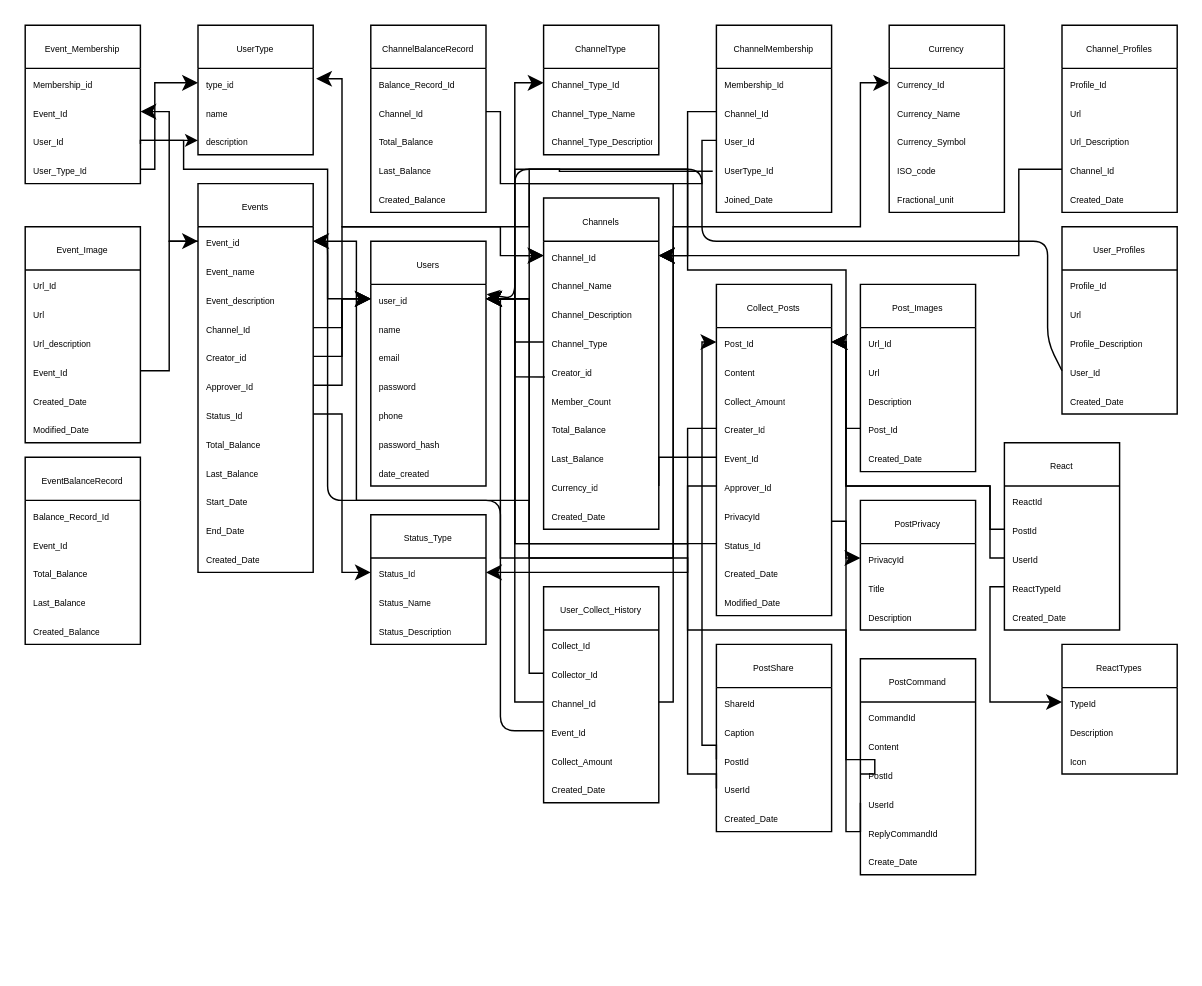
InnwaCommunity/KoiCoi keeps this draw.io diagram as page "Page-1" (1 of 2) of sql_graph.drawio. Above is the earlier version. Source tidied: cells renumbered, new cells numbered last; positions are measured from the earlier drawing's top-left corner, leaving out a move shared by most shapes. Both pictures are drawn from the tidied source at 144%, with x=0, y=0 at pixel (24, 24).
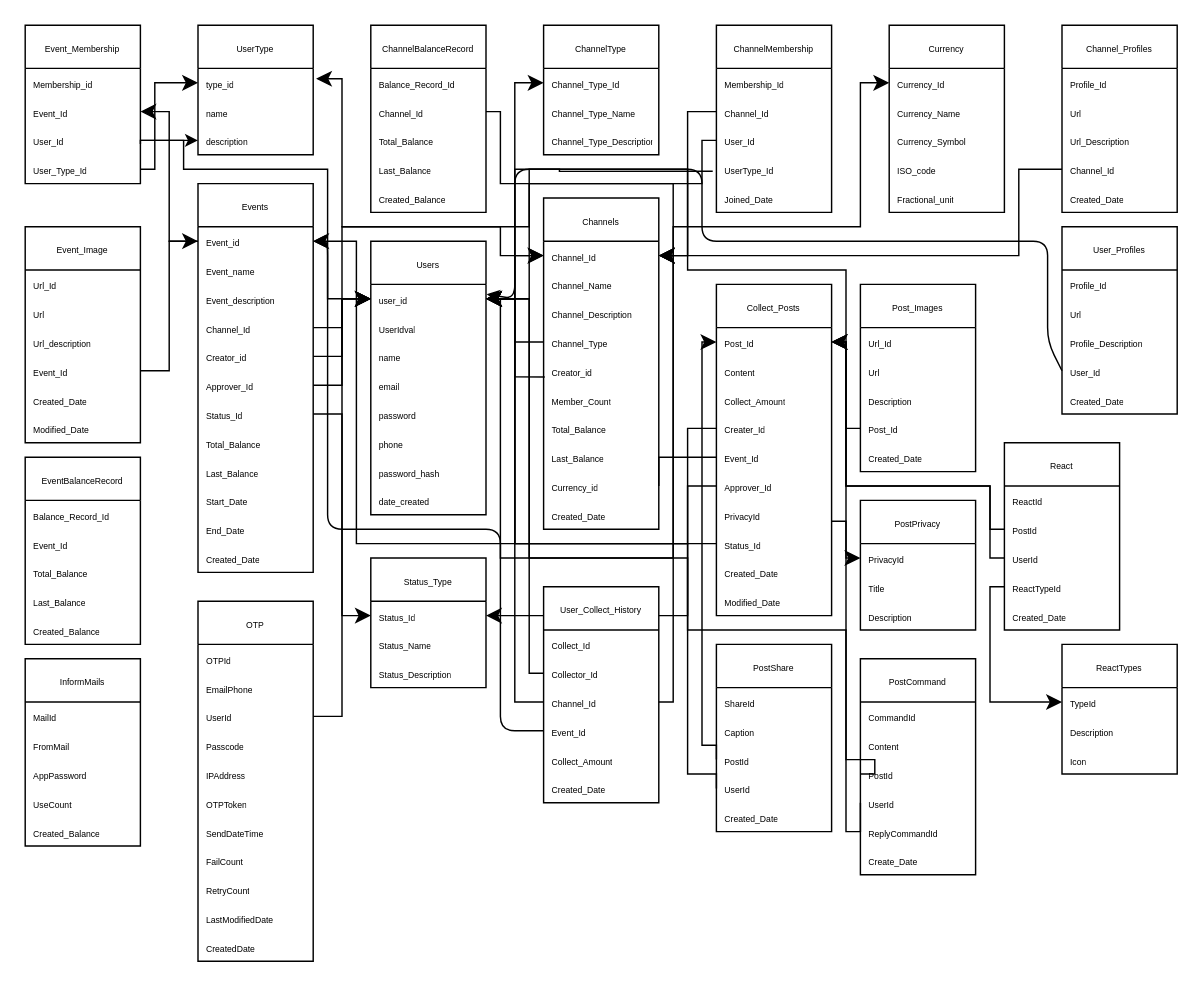
After the change.

The change refers to these unchanged cells:
```xml
<mxCell id="3" value="&lt;font style=&quot;font-size: 6px;&quot;&gt;user_id&lt;/font&gt;" style="text;strokeColor=none;fillColor=none;align=left;verticalAlign=middle;spacingLeft=4;spacingRight=4;overflow=hidden;points=[[0,0.5],[1,0.5]];portConstraint=eastwest;whiteSpace=wrap;html=1;" parent="2" vertex="1">
  <mxGeometry y="30" width="80" height="20" as="geometry" />
</mxCell>
<mxCell id="11" value="&lt;font style=&quot;font-size: 6px;&quot;&gt;Event_id&lt;/font&gt;" style="text;strokeColor=none;fillColor=none;align=left;verticalAlign=middle;spacingLeft=4;spacingRight=4;overflow=hidden;points=[[0,0.5],[1,0.5]];portConstraint=eastwest;whiteSpace=wrap;html=1;" parent="10" vertex="1">
  <mxGeometry y="30" width="80" height="20" as="geometry" />
</mxCell>
<mxCell id="131" value="&lt;span style=&quot;font-size: 6px;&quot;&gt;Event_Id&lt;/span&gt;" style="text;strokeColor=none;fillColor=none;align=left;verticalAlign=middle;spacingLeft=4;spacingRight=4;overflow=hidden;points=[[0,0.5],[1,0.5]];portConstraint=eastwest;whiteSpace=wrap;html=1;" parent="127" vertex="1">
  <mxGeometry y="90" width="80" height="20" as="geometry" />
</mxCell>
```

What changed in the source:
```diff
@@
     <mxCell id="2" value="&lt;font style=&quot;font-size: 6px;&quot;&gt;Users&lt;/font&gt;" style="swimlane;fontStyle=0;horizontal=1;startSize=30;whiteSpace=wrap;html=1;" parent="1" vertex="1">
-      <mxGeometry x="240" y="150" width="80" height="170" as="geometry" />
+      <mxGeometry x="240" y="150" width="80" height="190" as="geometry" />
     </mxCell>
@@
+    <mxCell id="180" value="&lt;font style=&quot;font-size: 6px;&quot;&gt;UserIdval&lt;/font&gt;" style="text;strokeColor=none;fillColor=none;align=left;verticalAlign=middle;spacingLeft=4;spacingRight=4;overflow=hidden;whiteSpace=wrap;html=1;" parent="2" vertex="1">
+      <mxGeometry y="50" width="80" height="20" as="geometry" />
+    </mxCell>
     <mxCell id="4" value="&lt;font style=&quot;font-size: 6px;&quot;&gt;name&lt;/font&gt;" style="text;strokeColor=none;fillColor=none;align=left;verticalAlign=middle;spacingLeft=4;spacingRight=4;overflow=hidden;whiteSpace=wrap;html=1;" parent="2" vertex="1">
-      <mxGeometry y="50" width="80" height="20" as="geometry" />
+      <mxGeometry y="70" width="80" height="20" as="geometry" />
     </mxCell>
     <mxCell id="5" value="&lt;font style=&quot;font-size: 6px;&quot;&gt;email&lt;/font&gt;" style="text;strokeColor=none;fillColor=none;align=left;verticalAlign=middle;spacingLeft=4;spacingRight=4;overflow=hidden;whiteSpace=wrap;html=1;" parent="2" vertex="1">
-      <mxGeometry y="70" width="80" height="20" as="geometry" />
+      <mxGeometry y="90" width="80" height="20" as="geometry" />
     </mxCell>
     <mxCell id="6" value="&lt;font style=&quot;font-size: 6px;&quot;&gt;password&lt;/font&gt;" style="text;strokeColor=none;fillColor=none;align=left;verticalAlign=middle;spacingLeft=4;spacingRight=4;overflow=hidden;whiteSpace=wrap;html=1;" parent="2" vertex="1">
-      <mxGeometry y="90" width="80" height="20" as="geometry" />
+      <mxGeometry y="110" width="80" height="20" as="geometry" />
     </mxCell>
     <mxCell id="7" value="&lt;font style=&quot;font-size: 6px;&quot;&gt;phone&lt;/font&gt;" style="text;strokeColor=none;fillColor=none;align=left;verticalAlign=middle;spacingLeft=4;spacingRight=4;overflow=hidden;whiteSpace=wrap;html=1;" parent="2" vertex="1">
-      <mxGeometry y="110" width="80" height="20" as="geometry" />
+      <mxGeometry y="130" width="80" height="20" as="geometry" />
     </mxCell>
     <mxCell id="8" value="&lt;font style=&quot;font-size: 6px;&quot;&gt;password_hash&lt;/font&gt;" style="text;strokeColor=none;fillColor=none;align=left;verticalAlign=middle;spacingLeft=4;spacingRight=4;overflow=hidden;whiteSpace=wrap;html=1;" parent="2" vertex="1">
-      <mxGeometry y="130" width="80" height="20" as="geometry" />
+      <mxGeometry y="150" width="80" height="20" as="geometry" />
     </mxCell>
     <mxCell id="9" value="&lt;font style=&quot;font-size: 6px;&quot;&gt;date_created&lt;/font&gt;" style="text;strokeColor=none;fillColor=none;align=left;verticalAlign=middle;spacingLeft=4;spacingRight=4;overflow=hidden;whiteSpace=wrap;html=1;" parent="2" vertex="1">
-      <mxGeometry y="150" width="80" height="20" as="geometry" />
+      <mxGeometry y="170" width="80" height="20" as="geometry" />
     </mxCell>
@@
     <mxCell id="61" value="&lt;font style=&quot;font-size: 6px;&quot;&gt;Status_Type&lt;/font&gt;" style="swimlane;fontStyle=0;horizontal=1;startSize=30;whiteSpace=wrap;html=1;" parent="1" vertex="1">
-      <mxGeometry x="240" y="340" width="80" height="90" as="geometry" />
+      <mxGeometry x="240" y="370" width="80" height="90" as="geometry" />
     </mxCell>
@@
     <mxCell id="118" style="edgeStyle=segmentEdgeStyle;endArrow=classic;html=1;curved=0;rounded=0;endSize=8;startSize=8;entryX=1;entryY=0.5;entryDx=0;entryDy=0;" parent="1" edge="1" target="11">
       <mxGeometry relative="1" as="geometry">
         <mxPoint x="480" y="300" as="sourcePoint" />
         <Array as="points">
           <mxPoint x="450" y="300" />
           <mxPoint x="450" y="370" />
           <mxPoint x="350" y="370" />
-          <mxPoint x="350" y="330" />
-          <mxPoint x="230" y="330" />
+          <mxPoint x="350" y="360" />
+          <mxPoint x="230" y="360" />
           <mxPoint x="230" y="150" />
         </Array>
       </mxGeometry>
     </mxCell>
@@
     <mxCell id="136" style="edgeStyle=none;html=1;exitX=0;exitY=0.5;exitDx=0;exitDy=0;" parent="1" edge="1" source="131">
       <mxGeometry relative="1" as="geometry">
         <mxPoint x="200" y="150" as="targetPoint" />
         <Array as="points">
           <mxPoint x="330" y="490" />
-          <mxPoint x="330" y="330" />
-          <mxPoint x="210" y="330" />
+          <mxPoint x="330" y="350" />
+          <mxPoint x="270" y="350" />
+          <mxPoint x="210" y="350" />
           <mxPoint x="210" y="150" />
         </Array>
       </mxGeometry>
     </mxCell>
@@
+    <mxCell id="181" value="&lt;span style=&quot;font-size: 6px;&quot;&gt;OTP&lt;/span&gt;" style="swimlane;fontStyle=0;horizontal=1;startSize=30;whiteSpace=wrap;html=1;" parent="1" vertex="1">
+      <mxGeometry x="120" y="400" width="80" height="250" as="geometry" />
+    </mxCell>
+    <mxCell id="182" value="&lt;font style=&quot;font-size: 6px;&quot;&gt;OTPId&lt;/font&gt;" style="text;strokeColor=none;fillColor=none;align=left;verticalAlign=middle;spacingLeft=4;spacingRight=4;overflow=hidden;whiteSpace=wrap;html=1;" parent="181" vertex="1">
+      <mxGeometry y="30" width="80" height="20" as="geometry" />
+    </mxCell>
+    <mxCell id="183" value="&lt;font style=&quot;font-size: 6px;&quot;&gt;EmailPhone&lt;/font&gt;" style="text;strokeColor=none;fillColor=none;align=left;verticalAlign=middle;spacingLeft=4;spacingRight=4;overflow=hidden;whiteSpace=wrap;html=1;" parent="181" vertex="1">
+      <mxGeometry y="50" width="80" height="20" as="geometry" />
+    </mxCell>
+    <mxCell id="184" value="&lt;font style=&quot;font-size: 6px;&quot;&gt;UserId&lt;/font&gt;" style="text;strokeColor=none;fillColor=none;align=left;verticalAlign=middle;spacingLeft=4;spacingRight=4;overflow=hidden;points=[[0,0.5],[1,0.5]];portConstraint=eastwest;whiteSpace=wrap;html=1;" parent="181" vertex="1">
+      <mxGeometry y="70" width="80" height="20" as="geometry" />
+    </mxCell>
+    <mxCell id="185" value="&lt;font style=&quot;font-size: 6px;&quot;&gt;Passcode&lt;/font&gt;" style="text;strokeColor=none;fillColor=none;align=left;verticalAlign=middle;spacingLeft=4;spacingRight=4;overflow=hidden;whiteSpace=wrap;html=1;" parent="181" vertex="1">
+      <mxGeometry y="90" width="80" height="20" as="geometry" />
+    </mxCell>
+    <mxCell id="186" value="&lt;font style=&quot;font-size: 6px;&quot;&gt;IPAddress&lt;/font&gt;" style="text;strokeColor=none;fillColor=none;align=left;verticalAlign=middle;spacingLeft=4;spacingRight=4;overflow=hidden;whiteSpace=wrap;html=1;" parent="181" vertex="1">
+      <mxGeometry y="110" width="80" height="20" as="geometry" />
+    </mxCell>
+    <mxCell id="187" value="&lt;font style=&quot;font-size: 6px;&quot;&gt;OTPToken&lt;/font&gt;" style="text;strokeColor=none;fillColor=none;align=left;verticalAlign=middle;spacingLeft=4;spacingRight=4;overflow=hidden;whiteSpace=wrap;html=1;" parent="181" vertex="1">
+      <mxGeometry y="130" width="80" height="20" as="geometry" />
+    </mxCell>
+    <mxCell id="188" value="&lt;font style=&quot;font-size: 6px;&quot;&gt;SendDateTime&lt;/font&gt;" style="text;strokeColor=none;fillColor=none;align=left;verticalAlign=middle;spacingLeft=4;spacingRight=4;overflow=hidden;whiteSpace=wrap;html=1;" parent="181" vertex="1">
+      <mxGeometry y="150" width="80" height="20" as="geometry" />
+    </mxCell>
+    <mxCell id="189" value="&lt;font style=&quot;font-size: 6px;&quot;&gt;FailCount&lt;/font&gt;" style="text;strokeColor=none;fillColor=none;align=left;verticalAlign=middle;spacingLeft=4;spacingRight=4;overflow=hidden;whiteSpace=wrap;html=1;" parent="181" vertex="1">
+      <mxGeometry y="170" width="80" height="20" as="geometry" />
+    </mxCell>
+    <mxCell id="190" value="&lt;font style=&quot;font-size: 6px;&quot;&gt;RetryCount&lt;/font&gt;" style="text;strokeColor=none;fillColor=none;align=left;verticalAlign=middle;spacingLeft=4;spacingRight=4;overflow=hidden;whiteSpace=wrap;html=1;" parent="181" vertex="1">
+      <mxGeometry y="190" width="80" height="20" as="geometry" />
+    </mxCell>
+    <mxCell id="191" value="&lt;font style=&quot;font-size: 6px;&quot;&gt;LastModifiedDate&lt;/font&gt;" style="text;strokeColor=none;fillColor=none;align=left;verticalAlign=middle;spacingLeft=4;spacingRight=4;overflow=hidden;whiteSpace=wrap;html=1;" parent="181" vertex="1">
+      <mxGeometry y="210" width="80" height="20" as="geometry" />
+    </mxCell>
+    <mxCell id="192" value="&lt;font style=&quot;font-size: 6px;&quot;&gt;CreatedDate&lt;/font&gt;" style="text;strokeColor=none;fillColor=none;align=left;verticalAlign=middle;spacingLeft=4;spacingRight=4;overflow=hidden;whiteSpace=wrap;html=1;" parent="181" vertex="1">
+      <mxGeometry y="230" width="80" height="20" as="geometry" />
+    </mxCell>
+    <mxCell id="193" style="edgeStyle=segmentEdgeStyle;endArrow=classic;html=1;curved=0;rounded=0;endSize=8;startSize=8;entryX=0;entryY=0.5;entryDx=0;entryDy=0;exitX=1;exitY=0.5;exitDx=0;exitDy=0;" parent="1" edge="1" source="184" target="3">
+      <mxGeometry relative="1" as="geometry">
+        <Array as="points">
+          <mxPoint x="220" y="480" />
+          <mxPoint x="220" y="190" />
+        </Array>
+      </mxGeometry>
+    </mxCell>
+    <mxCell id="194" value="&lt;span style=&quot;font-size: 6px;&quot;&gt;InformMails&lt;/span&gt;" style="swimlane;fontStyle=0;horizontal=1;startSize=30;whiteSpace=wrap;html=1;" parent="1" vertex="1">
+      <mxGeometry y="440" width="80" height="130" as="geometry" />
+    </mxCell>
+    <mxCell id="195" value="&lt;span style=&quot;font-size: 6px;&quot;&gt;MailId&lt;/span&gt;" style="text;strokeColor=none;fillColor=none;align=left;verticalAlign=middle;spacingLeft=4;spacingRight=4;overflow=hidden;whiteSpace=wrap;html=1;" parent="194" vertex="1">
+      <mxGeometry y="30" width="80" height="20" as="geometry" />
+    </mxCell>
+    <mxCell id="196" value="&lt;font style=&quot;font-size: 6px;&quot;&gt;FromMail&lt;/font&gt;" style="text;strokeColor=none;fillColor=none;align=left;verticalAlign=middle;spacingLeft=4;spacingRight=4;overflow=hidden;whiteSpace=wrap;html=1;" parent="194" vertex="1">
+      <mxGeometry y="50" width="80" height="20" as="geometry" />
+    </mxCell>
+    <mxCell id="197" value="&lt;font style=&quot;font-size: 6px;&quot;&gt;AppPassword&lt;/font&gt;" style="text;strokeColor=none;fillColor=none;align=left;verticalAlign=middle;spacingLeft=4;spacingRight=4;overflow=hidden;whiteSpace=wrap;html=1;" parent="194" vertex="1">
+      <mxGeometry y="70" width="80" height="20" as="geometry" />
+    </mxCell>
+    <mxCell id="198" value="&lt;font style=&quot;font-size: 6px;&quot;&gt;UseCount&lt;/font&gt;" style="text;strokeColor=none;fillColor=none;align=left;verticalAlign=middle;spacingLeft=4;spacingRight=4;overflow=hidden;whiteSpace=wrap;html=1;" parent="194" vertex="1">
+      <mxGeometry y="90" width="80" height="20" as="geometry" />
+    </mxCell>
+    <mxCell id="199" value="&lt;font style=&quot;font-size: 6px;&quot;&gt;Created_Balance&lt;/font&gt;" style="text;strokeColor=none;fillColor=none;align=left;verticalAlign=middle;spacingLeft=4;spacingRight=4;overflow=hidden;whiteSpace=wrap;html=1;" parent="194" vertex="1">
+      <mxGeometry y="110" width="80" height="20" as="geometry" />
+    </mxCell>
```
